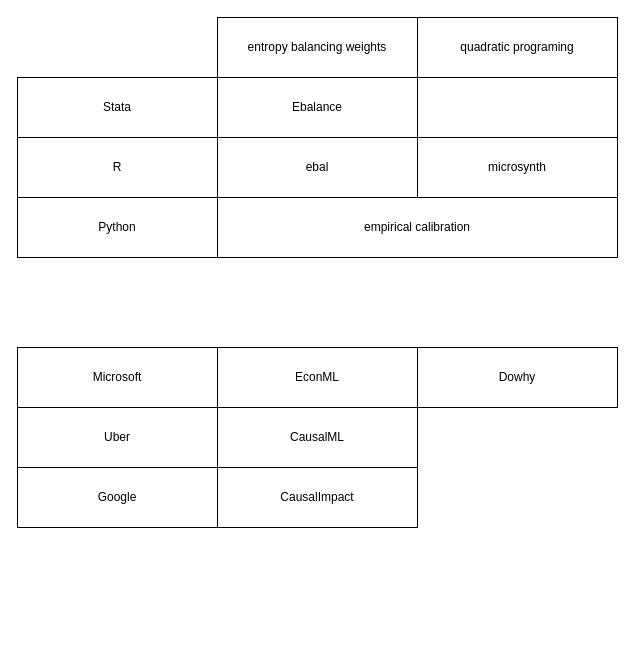
Above: 现有因果推论软件.drawio in LiLiJacky/graphData (draw.io), before the change. Source tidied: cells renumbered, new cells numbered last; positions are measured from the earlier drawing's top-left corner, leaving out a move shared by most shapes. Both pictures are drawn from the tidied source at 100%, with x=0, y=0 at pixel (17, 17).
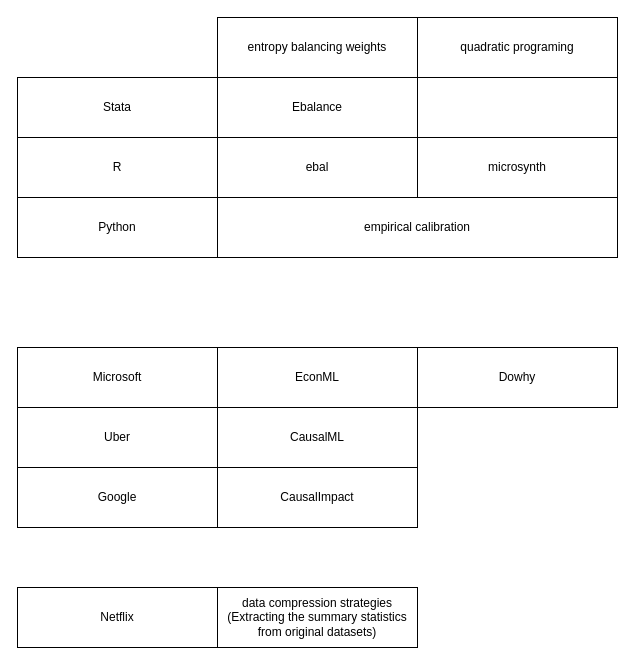
The same page after the edit.

Commit message (it also covers changes not shown here):
更新现有因果推论软件.drawio

Change to the diagram source:
```diff
@@
+    <mxCell id="19" value="Netflix" style="rounded=0;whiteSpace=wrap;html=1;" parent="1" vertex="1">
+      <mxGeometry y="570" width="200" height="60" as="geometry" />
+    </mxCell>
+    <mxCell id="20" value="data compression strategies&lt;br&gt;(Extracting the summary statistics from original datasets)" style="rounded=0;whiteSpace=wrap;html=1;" parent="1" vertex="1">
+      <mxGeometry x="200" y="570" width="200" height="60" as="geometry" />
+    </mxCell>
```
